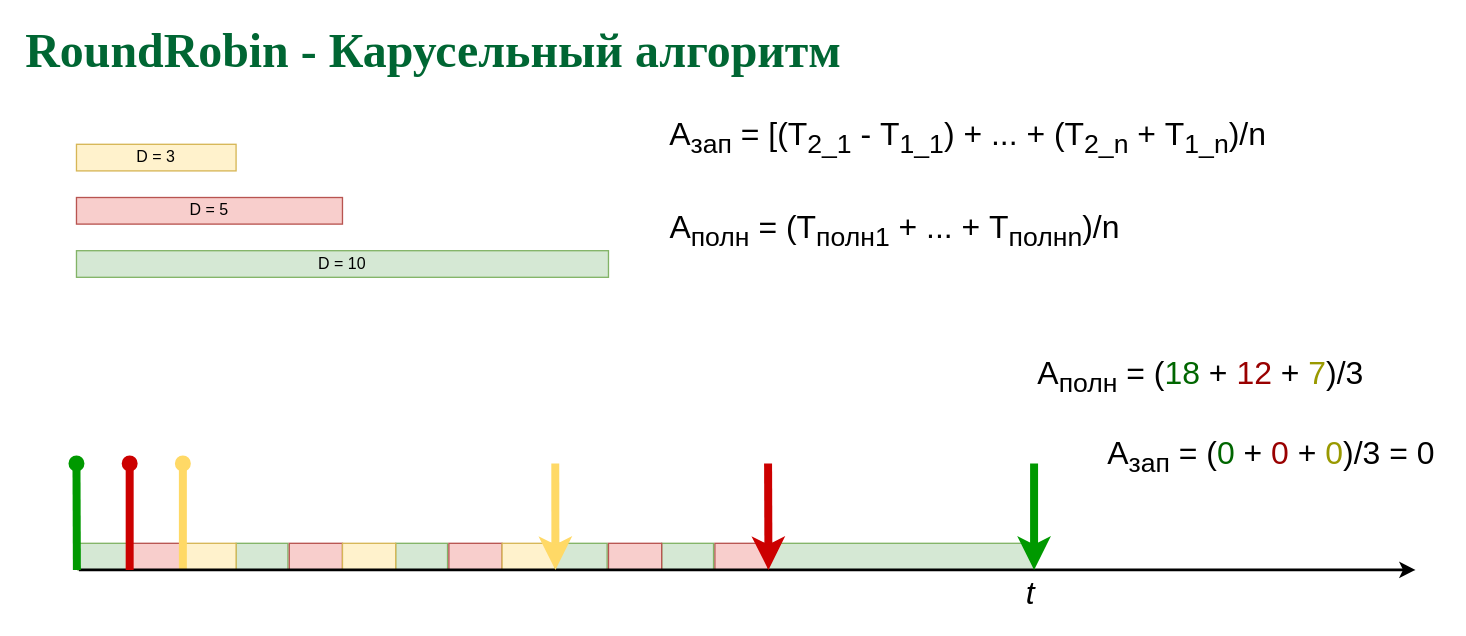
Earlier version of the draw.io diagram page "RoundRob" (10 of 11) of slides/sched.drawio (77maxikov/os_course). Source tidied: cells renumbered, new cells numbered last; positions are measured from the earlier drawing's top-left corner, leaving out a move shared by most shapes. Both pictures are drawn from the tidied source at 133%, with x=0, y=0 at pixel (23, 37).
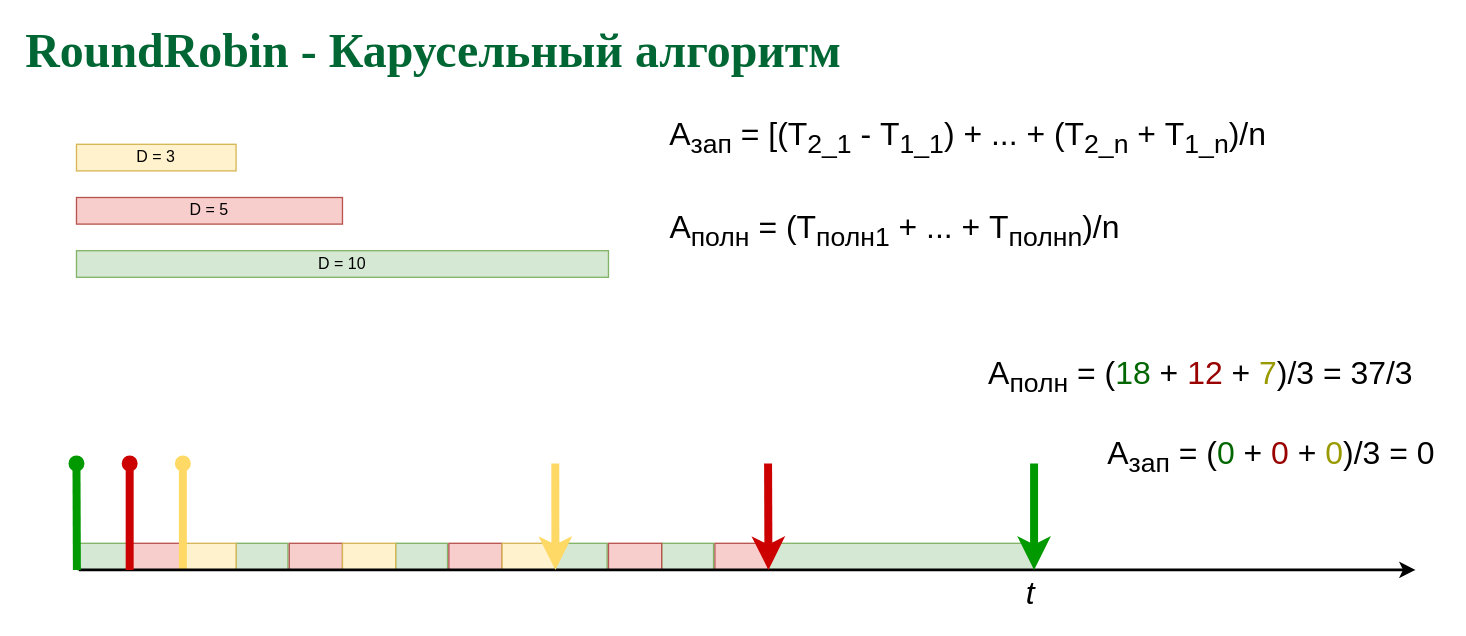
The same diagram, later.

What changed in the source:
```diff
@@
-    <mxCell id="31" value="&lt;font style=&quot;font-size: 24px&quot;&gt;А&lt;sub&gt;полн&lt;/sub&gt; = (&lt;font color=&quot;#006600&quot;&gt;18&amp;nbsp;&lt;/font&gt;+ &lt;font color=&quot;#990000&quot;&gt;12&lt;/font&gt; + &lt;font color=&quot;#999900&quot;&gt;7&lt;/font&gt;)/3&lt;/font&gt;" style="text;html=1;align=center;verticalAlign=middle;" parent="1" vertex="1">
-      <mxGeometry x="755" y="240" width="260" height="30" as="geometry" />
+    <mxCell id="31" value="&lt;font style=&quot;font-size: 24px&quot;&gt;А&lt;sub&gt;полн&lt;/sub&gt; = (&lt;font color=&quot;#006600&quot;&gt;18&amp;nbsp;&lt;/font&gt;+ &lt;font color=&quot;#990000&quot;&gt;12&lt;/font&gt; + &lt;font color=&quot;#999900&quot;&gt;7&lt;/font&gt;)/3 = 37/3&lt;br&gt;&lt;/font&gt;" style="text;html=1;align=center;verticalAlign=middle;" parent="1" vertex="1">
+      <mxGeometry x="720" y="240" width="330" height="30" as="geometry" />
     </mxCell>
```
